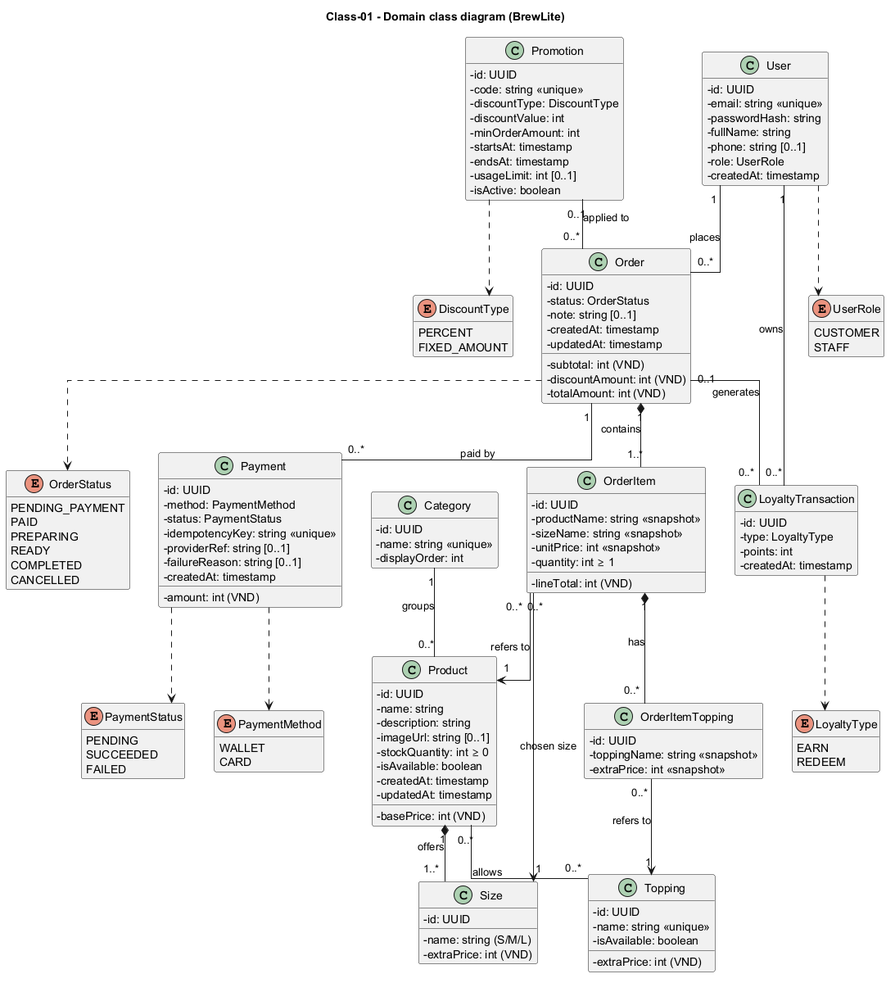
Earlier version of the PlantUML export docs/diagrams/class-domain.png (nhattranhuynhthien/BrewLite_Assignment_2).
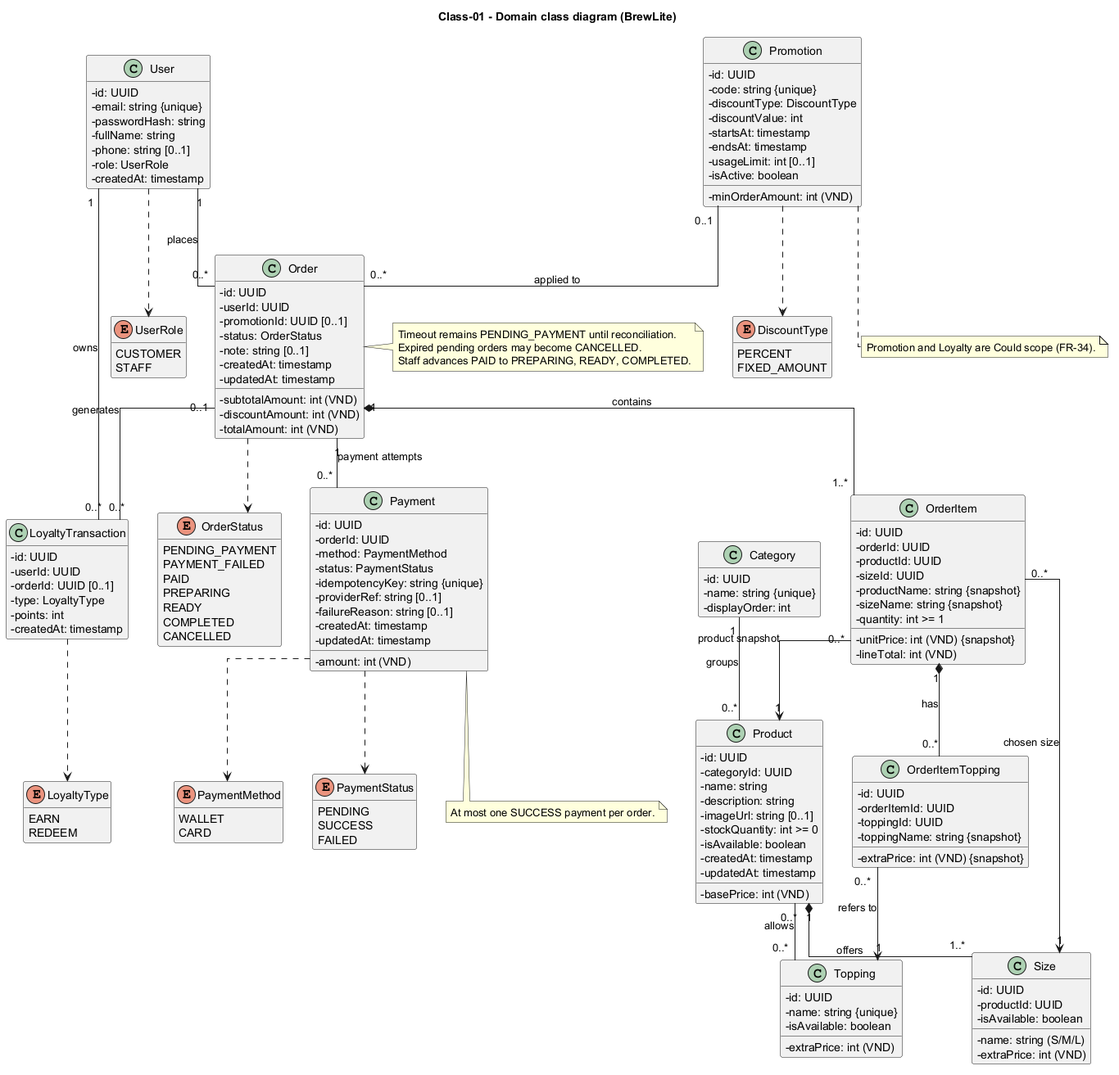
After the change.

Commit message:
docs: update domain class diagram

The edit, as a diff of the source:
```diff
@@ -7,115 +7,146 @@
 
 class User {
   - id: UUID
-  - email: string «unique»
+  - email: string {unique}
   - passwordHash: string
   - fullName: string
   - phone: string [0..1]
   - role: UserRole
   - createdAt: timestamp
 }
+
 class Category {
   - id: UUID
-  - name: string «unique»
+  - name: string {unique}
   - displayOrder: int
 }
+
 class Product {
   - id: UUID
+  - categoryId: UUID
   - name: string
   - description: string
   - basePrice: int (VND)
   - imageUrl: string [0..1]
-  - stockQuantity: int ≥ 0
+  - stockQuantity: int >= 0
   - isAvailable: boolean
   - createdAt: timestamp
   - updatedAt: timestamp
 }
+
 class Size {
   - id: UUID
+  - productId: UUID
   - name: string (S/M/L)
-  - extraPrice: int (VND)
-}
-class Topping {
-  - id: UUID
-  - name: string «unique»
   - extraPrice: int (VND)
   - isAvailable: boolean
 }
+
+class Topping {
+  - id: UUID
+  - name: string {unique}
+  - extraPrice: int (VND)
+  - isAvailable: boolean
+}
+
 class Order {
   - id: UUID
+  - userId: UUID
+  - promotionId: UUID [0..1]
   - status: OrderStatus
-  - subtotal: int (VND)
+  - subtotalAmount: int (VND)
   - discountAmount: int (VND)
   - totalAmount: int (VND)
   - note: string [0..1]
   - createdAt: timestamp
   - updatedAt: timestamp
 }
+
 class OrderItem {
   - id: UUID
-  - productName: string «snapshot»
-  - sizeName: string «snapshot»
-  - unitPrice: int «snapshot»
-  - quantity: int ≥ 1
+  - orderId: UUID
+  - productId: UUID
+  - sizeId: UUID
+  - productName: string {snapshot}
+  - sizeName: string {snapshot}
+  - unitPrice: int (VND) {snapshot}
+  - quantity: int >= 1
   - lineTotal: int (VND)
 }
+
 class OrderItemTopping {
   - id: UUID
-  - toppingName: string «snapshot»
-  - extraPrice: int «snapshot»
+  - orderItemId: UUID
+  - toppingId: UUID
+  - toppingName: string {snapshot}
+  - extraPrice: int (VND) {snapshot}
 }
+
 class Payment {
   - id: UUID
+  - orderId: UUID
   - method: PaymentMethod
   - status: PaymentStatus
   - amount: int (VND)
-  - idempotencyKey: string «unique»
+  - idempotencyKey: string {unique}
   - providerRef: string [0..1]
   - failureReason: string [0..1]
   - createdAt: timestamp
+  - updatedAt: timestamp
 }
+
 class Promotion {
   - id: UUID
-  - code: string «unique»
+  - code: string {unique}
   - discountType: DiscountType
   - discountValue: int
-  - minOrderAmount: int
+  - minOrderAmount: int (VND)
   - startsAt: timestamp
   - endsAt: timestamp
   - usageLimit: int [0..1]
   - isActive: boolean
 }
+
 class LoyaltyTransaction {
   - id: UUID
+  - userId: UUID
+  - orderId: UUID [0..1]
   - type: LoyaltyType
   - points: int
   - createdAt: timestamp
 }
+
 enum UserRole {
   CUSTOMER
   STAFF
 }
+
 enum OrderStatus {
   PENDING_PAYMENT
+  PAYMENT_FAILED
   PAID
   PREPARING
   READY
   COMPLETED
   CANCELLED
 }
+
 enum PaymentMethod {
   WALLET
   CARD
 }
+
 enum PaymentStatus {
   PENDING
-  SUCCEEDED
+  SUCCESS
   FAILED
 }
+
 enum DiscountType {
   PERCENT
   FIXED_AMOUNT
 }
+
 enum LoyaltyType {
   EARN
   REDEEM
@@ -125,9 +156,9 @@
 Order "1" *-- "1..*" OrderItem : contains
 OrderItem "1" *-- "0..*" OrderItemTopping : has
 OrderItemTopping "0..*" --> "1" Topping : refers to
-OrderItem "0..*" --> "1" Product : refers to
+OrderItem "0..*" --> "1" Product : product snapshot
 OrderItem "0..*" --> "1" Size : chosen size
-Order "1" -- "0..*" Payment : paid by
+Order "1" -- "0..*" Payment : payment attempts
 Promotion "0..1" -- "0..*" Order : applied to
 User "1" -- "0..*" LoyaltyTransaction : owns
 Order "0..1" -- "0..*" LoyaltyTransaction : generates
@@ -142,4 +173,17 @@
 Promotion ..> DiscountType
 LoyaltyTransaction ..> LoyaltyType
 
+note right of Order
+  Timeout remains PENDING_PAYMENT until reconciliation.
+  Expired pending orders may become CANCELLED.
+  Staff advances PAID to PREPARING, READY, COMPLETED.
+end note
+
+note bottom of Payment
+  At most one SUCCESS payment per order.
+end note
+
+note bottom of Promotion
+  Promotion and Loyalty are Could scope (FR-34).
+end note
 @enduml
```
